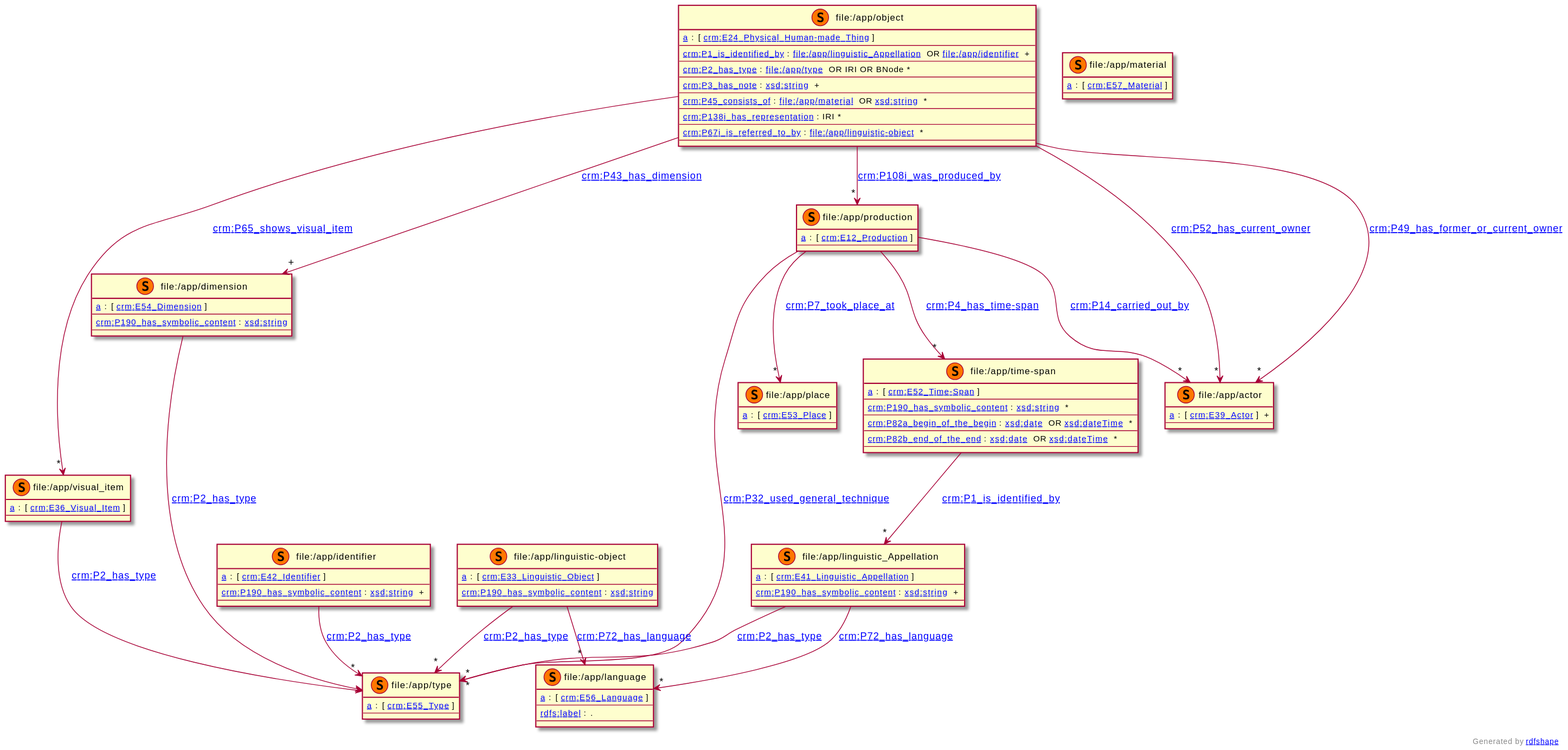
Earlier version of the PlantUML export resource/object_description_ontology.svg (Shoilee/object_provenance_modeling). Source of this version:
```plantuml
@startuml
class "file:/app/type" as 0 <<(S,#FF7700)>> [[file:/app/type file:/app/type]] {
[[http://www.w3.org/1999/02/22-rdf-syntax-ns#type a]] : [ [[http://www.cidoc-crm.org/cidoc-crm/E55_Type crm:E55_Type]] ]
--
}
class "file:/app/dimension" as 5 <<(S,#FF7700)>> [[file:/app/dimension file:/app/dimension]] {
[[http://www.w3.org/1999/02/22-rdf-syntax-ns#type a]] : [ [[http://www.cidoc-crm.org/cidoc-crm/E54_Dimension crm:E54_Dimension]] ]
--
[[http://www.cidoc-crm.org/cidoc-crm/P190_has_symbolic_content crm:P190_has_symbolic_content]] : [[http://www.w3.org/2001/XMLSchema#string xsd:string]]
--
}
class "file:/app/material" as 10 <<(S,#FF7700)>> [[file:/app/material file:/app/material]] {
[[http://www.w3.org/1999/02/22-rdf-syntax-ns#type a]] : [ [[http://www.cidoc-crm.org/cidoc-crm/E57_Material crm:E57_Material]] ]
--
}
class "file:/app/language" as 1 <<(S,#FF7700)>> [[file:/app/language file:/app/language]] {
[[http://www.w3.org/1999/02/22-rdf-syntax-ns#type a]] : [ [[http://www.cidoc-crm.org/cidoc-crm/E56_Language crm:E56_Language]] ]
--
[[http://www.w3.org/2000/01/rdf-schema#label rdfs:label]] : .
--
}
class "file:/app/actor" as 6 <<(S,#FF7700)>> [[file:/app/actor file:/app/actor]] {
[[http://www.w3.org/1999/02/22-rdf-syntax-ns#type a]] : [ [[http://www.cidoc-crm.org/cidoc-crm/E39_Actor crm:E39_Actor]] ] +
--
}
class "file:/app/linguistic-object" as 9 <<(S,#FF7700)>> [[file:/app/linguistic-object file:/app/linguistic-object]] {
[[http://www.w3.org/1999/02/22-rdf-syntax-ns#type a]] : [ [[http://www.cidoc-crm.org/cidoc-crm/E33_Linguistic_Object crm:E33_Linguistic_Object]] ]
--
[[http://www.cidoc-crm.org/cidoc-crm/P190_has_symbolic_content crm:P190_has_symbolic_content]] : [[http://www.w3.org/2001/XMLSchema#string xsd:string]]
--
}
class "file:/app/identifier" as 2 <<(S,#FF7700)>> [[file:/app/identifier file:/app/identifier]] {
[[http://www.w3.org/1999/02/22-rdf-syntax-ns#type a]] : [ [[http://www.cidoc-crm.org/cidoc-crm/E42_Identifier crm:E42_Identifier]] ]
--
[[http://www.cidoc-crm.org/cidoc-crm/P190_has_symbolic_content crm:P190_has_symbolic_content]] : [[http://www.w3.org/2001/XMLSchema#string xsd:string]]  +
--
}
class "file:/app/production" as 12 <<(S,#FF7700)>> [[file:/app/production file:/app/production]] {
[[http://www.w3.org/1999/02/22-rdf-syntax-ns#type a]] : [ [[http://www.cidoc-crm.org/cidoc-crm/E12_Production crm:E12_Production]] ]
--
}
class "file:/app/place" as 7 <<(S,#FF7700)>> [[file:/app/place file:/app/place]] {
[[http://www.w3.org/1999/02/22-rdf-syntax-ns#type a]] : [ [[http://www.cidoc-crm.org/cidoc-crm/E53_Place crm:E53_Place]] ]
--
}
class "file:/app/linguistic_Appellation" as 3 <<(S,#FF7700)>> [[file:/app/linguistic_Appellation file:/app/linguistic_Appellation]] {
[[http://www.w3.org/1999/02/22-rdf-syntax-ns#type a]] : [ [[http://www.cidoc-crm.org/cidoc-crm/E41_Linguistic_Appellation crm:E41_Linguistic_Appellation]] ]
--
[[http://www.cidoc-crm.org/cidoc-crm/P190_has_symbolic_content crm:P190_has_symbolic_content]] : [[http://www.w3.org/2001/XMLSchema#string xsd:string]]  +
--
}
class "file:/app/object" as 11 <<(S,#FF7700)>> [[file:/app/object file:/app/object]] {
[[http://www.w3.org/1999/02/22-rdf-syntax-ns#type a]] : [ [[http://www.cidoc-crm.org/cidoc-crm/E24_Physical_Human-made_Thing crm:E24_Physical_Human-made_Thing]] ]
--
[[http://www.cidoc-crm.org/cidoc-crm/P1_is_identified_by crm:P1_is_identified_by]] : [[file:/app/linguistic_Appellation file:/app/linguistic_Appellation]]  OR [[file:/app/identifier file:/app/identifier]]  +
--
[[http://www.cidoc-crm.org/cidoc-crm/P2_has_type crm:P2_has_type]] : [[file:/app/type file:/app/type]]  OR IRI OR BNode *
--
[[http://www.cidoc-crm.org/cidoc-crm/P3_has_note crm:P3_has_note]] : [[http://www.w3.org/2001/XMLSchema#string xsd:string]]  +
--
[[http://www.cidoc-crm.org/cidoc-crm/P45_consists_of crm:P45_consists_of]] : [[file:/app/material file:/app/material]]  OR [[http://www.w3.org/2001/XMLSchema#string xsd:string]]  *
--
[[http://www.cidoc-crm.org/cidoc-crm/P138i_has_representation crm:P138i_has_representation]] : IRI *
--
[[http://www.cidoc-crm.org/cidoc-crm/P67i_is_referred_to_by crm:P67i_is_referred_to_by]] : [[file:/app/linguistic-object file:/app/linguistic-object]]  *
--
}
class "file:/app/visual_item" as 8 <<(S,#FF7700)>> [[file:/app/visual_item file:/app/visual_item]] {
[[http://www.w3.org/1999/02/22-rdf-syntax-ns#type a]] : [ [[http://www.cidoc-crm.org/cidoc-crm/E36_Visual_Item crm:E36_Visual_Item]] ]
--
}
class "file:/app/time-span" as 4 <<(S,#FF7700)>> [[file:/app/time-span file:/app/time-span]] {
[[http://www.w3.org/1999/02/22-rdf-syntax-ns#type a]] : [ [[http://www.cidoc-crm.org/cidoc-crm/E52_Time-Span crm:E52_Time-Span]] ]
--
[[http://www.cidoc-crm.org/cidoc-crm/P190_has_symbolic_content crm:P190_has_symbolic_content]] : [[http://www.w3.org/2001/XMLSchema#string xsd:string]]  *
--
[[http://www.cidoc-crm.org/cidoc-crm/P82a_begin_of_the_begin crm:P82a_begin_of_the_begin]] : [[http://www.w3.org/2001/XMLSchema#date xsd:date]]  OR [[http://www.w3.org/2001/XMLSchema#dateTime xsd:dateTime]]  *
--
[[http://www.cidoc-crm.org/cidoc-crm/P82b_end_of_the_end crm:P82b_end_of_the_end]] : [[http://www.w3.org/2001/XMLSchema#date xsd:date]]  OR [[http://www.w3.org/2001/XMLSchema#dateTime xsd:dateTime]]  *
--
}
12 --> "*" 6 : [[http://www.cidoc-crm.org/cidoc-crm/P14_carried_out_by crm:P14_carried_out_by]]
12 --> "*" 7 : [[http://www.cidoc-crm.org/cidoc-crm/P7_took_place_at crm:P7_took_place_at]]
12 --> "*" 4 : [[http://www.cidoc-crm.org/cidoc-crm/P4_has_time-span crm:P4_has_time-span]]
12 --> "*" 0 : [[http://www.cidoc-crm.org/cidoc-crm/P32_used_general_technique crm:P32_used_general_technique]]
11 --> "*" 6 : [[http://www.cidoc-crm.org/cidoc-crm/P49_has_former_or_current_owner crm:P49_has_former_or_current_owner]]
11 --> "*" 6 : [[http://www.cidoc-crm.org/cidoc-crm/P52_has_current_owner crm:P52_has_current_owner]]
11 --> "*" 12 : [[http://www.cidoc-crm.org/cidoc-crm/P108i_was_produced_by crm:P108i_was_produced_by]]
11 --> "+" 5 : [[http://www.cidoc-crm.org/cidoc-crm/P43_has_dimension crm:P43_has_dimension]]
11 --> "*" 8 : [[http://www.cidoc-crm.org/cidoc-crm/P65_shows_visual_item crm:P65_shows_visual_item]]
9 --> "*" 0 : [[http://www.cidoc-crm.org/cidoc-crm/P2_has_type crm:P2_has_type]]
9 --> "*" 1 : [[http://www.cidoc-crm.org/cidoc-crm/P72_has_language crm:P72_has_language]]
8 --> " " 0 : [[http://www.cidoc-crm.org/cidoc-crm/P2_has_type crm:P2_has_type]]
5 --> " " 0 : [[http://www.cidoc-crm.org/cidoc-crm/P2_has_type crm:P2_has_type]]
4 --> "*" 3 : [[http://www.cidoc-crm.org/cidoc-crm/P1_is_identified_by crm:P1_is_identified_by]]
3 --> "*" 0 : [[http://www.cidoc-crm.org/cidoc-crm/P2_has_type crm:P2_has_type]]
3 --> "*" 1 : [[http://www.cidoc-crm.org/cidoc-crm/P72_has_language crm:P72_has_language]]
2 --> "*" 0 : [[http://www.cidoc-crm.org/cidoc-crm/P2_has_type crm:P2_has_type]]

right footer Generated by [[https://rdfshape.weso.es rdfshape]]
@enduml
```
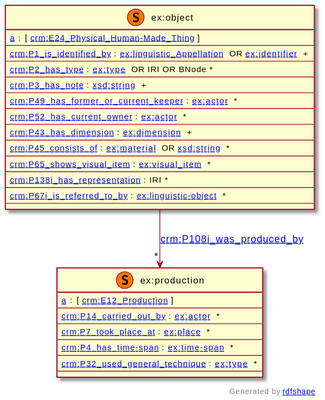
Above is the later version.

Diff of the diagram source:
```diff
@@ -1,101 +1,41 @@
 @startuml
-class "file:/app/type" as 0 <<(S,#FF7700)>> [[file:/app/type file:/app/type]] {
-[[http://www.w3.org/1999/02/22-rdf-syntax-ns#type a]] : [ [[http://www.cidoc-crm.org/cidoc-crm/E55_Type crm:E55_Type]] ]
+class "ex:object" as 0 <<(S,#FF7700)>> [[https://example.comobject ex:object]] {
+[[http://www.w3.org/1999/02/22-rdf-syntax-ns#type a]] : [ [[http://www.cidoc-crm.org/cidoc-crm/E24_Physical_Human-Made_Thing crm:E24_Physical_Human-Made_Thing]] ]
 --
-}
-class "file:/app/dimension" as 5 <<(S,#FF7700)>> [[file:/app/dimension file:/app/dimension]] {
-[[http://www.w3.org/1999/02/22-rdf-syntax-ns#type a]] : [ [[http://www.cidoc-crm.org/cidoc-crm/E54_Dimension crm:E54_Dimension]] ]
+[[http://www.cidoc-crm.org/cidoc-crm/P1_is_identified_by crm:P1_is_identified_by]] : [[https://example.comlinguistic_Appellation ex:linguistic_Appellation]]  OR [[https://example.comidentifier ex:identifier]]  +
 --
-[[http://www.cidoc-crm.org/cidoc-crm/P190_has_symbolic_content crm:P190_has_symbolic_content]] : [[http://www.w3.org/2001/XMLSchema#string xsd:string]]
---
-}
-class "file:/app/material" as 10 <<(S,#FF7700)>> [[file:/app/material file:/app/material]] {
-[[http://www.w3.org/1999/02/22-rdf-syntax-ns#type a]] : [ [[http://www.cidoc-crm.org/cidoc-crm/E57_Material crm:E57_Material]] ]
---
-}
-class "file:/app/language" as 1 <<(S,#FF7700)>> [[file:/app/language file:/app/language]] {
-[[http://www.w3.org/1999/02/22-rdf-syntax-ns#type a]] : [ [[http://www.cidoc-crm.org/cidoc-crm/E56_Language crm:E56_Language]] ]
---
-[[http://www.w3.org/2000/01/rdf-schema#label rdfs:label]] : .
---
-}
-class "file:/app/actor" as 6 <<(S,#FF7700)>> [[file:/app/actor file:/app/actor]] {
-[[http://www.w3.org/1999/02/22-rdf-syntax-ns#type a]] : [ [[http://www.cidoc-crm.org/cidoc-crm/E39_Actor crm:E39_Actor]] ] +
---
-}
-class "file:/app/linguistic-object" as 9 <<(S,#FF7700)>> [[file:/app/linguistic-object file:/app/linguistic-object]] {
-[[http://www.w3.org/1999/02/22-rdf-syntax-ns#type a]] : [ [[http://www.cidoc-crm.org/cidoc-crm/E33_Linguistic_Object crm:E33_Linguistic_Object]] ]
---
-[[http://www.cidoc-crm.org/cidoc-crm/P190_has_symbolic_content crm:P190_has_symbolic_content]] : [[http://www.w3.org/2001/XMLSchema#string xsd:string]]
---
-}
-class "file:/app/identifier" as 2 <<(S,#FF7700)>> [[file:/app/identifier file:/app/identifier]] {
-[[http://www.w3.org/1999/02/22-rdf-syntax-ns#type a]] : [ [[http://www.cidoc-crm.org/cidoc-crm/E42_Identifier crm:E42_Identifier]] ]
---
-[[http://www.cidoc-crm.org/cidoc-crm/P190_has_symbolic_content crm:P190_has_symbolic_content]] : [[http://www.w3.org/2001/XMLSchema#string xsd:string]]  +
---
-}
-class "file:/app/production" as 12 <<(S,#FF7700)>> [[file:/app/production file:/app/production]] {
-[[http://www.w3.org/1999/02/22-rdf-syntax-ns#type a]] : [ [[http://www.cidoc-crm.org/cidoc-crm/E12_Production crm:E12_Production]] ]
---
-}
-class "file:/app/place" as 7 <<(S,#FF7700)>> [[file:/app/place file:/app/place]] {
-[[http://www.w3.org/1999/02/22-rdf-syntax-ns#type a]] : [ [[http://www.cidoc-crm.org/cidoc-crm/E53_Place crm:E53_Place]] ]
---
-}
-class "file:/app/linguistic_Appellation" as 3 <<(S,#FF7700)>> [[file:/app/linguistic_Appellation file:/app/linguistic_Appellation]] {
-[[http://www.w3.org/1999/02/22-rdf-syntax-ns#type a]] : [ [[http://www.cidoc-crm.org/cidoc-crm/E41_Linguistic_Appellation crm:E41_Linguistic_Appellation]] ]
---
-[[http://www.cidoc-crm.org/cidoc-crm/P190_has_symbolic_content crm:P190_has_symbolic_content]] : [[http://www.w3.org/2001/XMLSchema#string xsd:string]]  +
---
-}
-class "file:/app/object" as 11 <<(S,#FF7700)>> [[file:/app/object file:/app/object]] {
-[[http://www.w3.org/1999/02/22-rdf-syntax-ns#type a]] : [ [[http://www.cidoc-crm.org/cidoc-crm/E24_Physical_Human-made_Thing crm:E24_Physical_Human-made_Thing]] ]
---
-[[http://www.cidoc-crm.org/cidoc-crm/P1_is_identified_by crm:P1_is_identified_by]] : [[file:/app/linguistic_Appellation file:/app/linguistic_Appellation]]  OR [[file:/app/identifier file:/app/identifier]]  +
---
-[[http://www.cidoc-crm.org/cidoc-crm/P2_has_type crm:P2_has_type]] : [[file:/app/type file:/app/type]]  OR IRI OR BNode *
+[[http://www.cidoc-crm.org/cidoc-crm/P2_has_type crm:P2_has_type]] : [[https://example.comtype ex:type]]  OR IRI OR BNode *
 --
 [[http://www.cidoc-crm.org/cidoc-crm/P3_has_note crm:P3_has_note]] : [[http://www.w3.org/2001/XMLSchema#string xsd:string]]  +
 --
-[[http://www.cidoc-crm.org/cidoc-crm/P45_consists_of crm:P45_consists_of]] : [[file:/app/material file:/app/material]]  OR [[http://www.w3.org/2001/XMLSchema#string xsd:string]]  *
+[[http://www.cidoc-crm.org/cidoc-crm/P49_has_former_or_current_keeper crm:P49_has_former_or_current_keeper]] : [[https://example.comactor ex:actor]]  *
+--
+[[http://www.cidoc-crm.org/cidoc-crm/P52_has_current_owner crm:P52_has_current_owner]] : [[https://example.comactor ex:actor]]  *
+--
+[[http://www.cidoc-crm.org/cidoc-crm/P43_has_dimension crm:P43_has_dimension]] : [[https://example.comdimension ex:dimension]]  +
+--
+[[http://www.cidoc-crm.org/cidoc-crm/P45_consists_of crm:P45_consists_of]] : [[https://example.commaterial ex:material]]  OR [[http://www.w3.org/2001/XMLSchema#string xsd:string]]  *
+--
+[[http://www.cidoc-crm.org/cidoc-crm/P65_shows_visual_item crm:P65_shows_visual_item]] : [[https://example.comvisual_item ex:visual_item]]  *
 --
 [[http://www.cidoc-crm.org/cidoc-crm/P138i_has_representation crm:P138i_has_representation]] : IRI *
 --
-[[http://www.cidoc-crm.org/cidoc-crm/P67i_is_referred_to_by crm:P67i_is_referred_to_by]] : [[file:/app/linguistic-object file:/app/linguistic-object]]  *
+[[http://www.cidoc-crm.org/cidoc-crm/P67i_is_referred_to_by crm:P67i_is_referred_to_by]] : [[https://example.comlinguistic-object ex:linguistic-object]]  *
 --
 }
-class "file:/app/visual_item" as 8 <<(S,#FF7700)>> [[file:/app/visual_item file:/app/visual_item]] {
-[[http://www.w3.org/1999/02/22-rdf-syntax-ns#type a]] : [ [[http://www.cidoc-crm.org/cidoc-crm/E36_Visual_Item crm:E36_Visual_Item]] ]
+class "ex:production" as 1 <<(S,#FF7700)>> [[https://example.comproduction ex:production]] {
+[[http://www.w3.org/1999/02/22-rdf-syntax-ns#type a]] : [ [[http://www.cidoc-crm.org/cidoc-crm/E12_Production crm:E12_Production]] ]
+--
+[[http://www.cidoc-crm.org/cidoc-crm/P14_carried_out_by crm:P14_carried_out_by]] : [[https://example.comactor ex:actor]]  *
+--
+[[http://www.cidoc-crm.org/cidoc-crm/P7_took_place_at crm:P7_took_place_at]] : [[https://example.complace ex:place]]  *
+--
+[[http://www.cidoc-crm.org/cidoc-crm/P4_has_time-span crm:P4_has_time-span]] : [[https://example.comtime-span ex:time-span]]  *
+--
+[[http://www.cidoc-crm.org/cidoc-crm/P32_used_general_technique crm:P32_used_general_technique]] : [[https://example.comtype ex:type]]  *
 --
 }
-class "file:/app/time-span" as 4 <<(S,#FF7700)>> [[file:/app/time-span file:/app/time-span]] {
-[[http://www.w3.org/1999/02/22-rdf-syntax-ns#type a]] : [ [[http://www.cidoc-crm.org/cidoc-crm/E52_Time-Span crm:E52_Time-Span]] ]
---
-[[http://www.cidoc-crm.org/cidoc-crm/P190_has_symbolic_content crm:P190_has_symbolic_content]] : [[http://www.w3.org/2001/XMLSchema#string xsd:string]]  *
---
-[[http://www.cidoc-crm.org/cidoc-crm/P82a_begin_of_the_begin crm:P82a_begin_of_the_begin]] : [[http://www.w3.org/2001/XMLSchema#date xsd:date]]  OR [[http://www.w3.org/2001/XMLSchema#dateTime xsd:dateTime]]  *
---
-[[http://www.cidoc-crm.org/cidoc-crm/P82b_end_of_the_end crm:P82b_end_of_the_end]] : [[http://www.w3.org/2001/XMLSchema#date xsd:date]]  OR [[http://www.w3.org/2001/XMLSchema#dateTime xsd:dateTime]]  *
---
-}
-12 --> "*" 6 : [[http://www.cidoc-crm.org/cidoc-crm/P14_carried_out_by crm:P14_carried_out_by]]
-12 --> "*" 7 : [[http://www.cidoc-crm.org/cidoc-crm/P7_took_place_at crm:P7_took_place_at]]
-12 --> "*" 4 : [[http://www.cidoc-crm.org/cidoc-crm/P4_has_time-span crm:P4_has_time-span]]
-12 --> "*" 0 : [[http://www.cidoc-crm.org/cidoc-crm/P32_used_general_technique crm:P32_used_general_technique]]
-11 --> "*" 6 : [[http://www.cidoc-crm.org/cidoc-crm/P49_has_former_or_current_owner crm:P49_has_former_or_current_owner]]
-11 --> "*" 6 : [[http://www.cidoc-crm.org/cidoc-crm/P52_has_current_owner crm:P52_has_current_owner]]
-11 --> "*" 12 : [[http://www.cidoc-crm.org/cidoc-crm/P108i_was_produced_by crm:P108i_was_produced_by]]
-11 --> "+" 5 : [[http://www.cidoc-crm.org/cidoc-crm/P43_has_dimension crm:P43_has_dimension]]
-11 --> "*" 8 : [[http://www.cidoc-crm.org/cidoc-crm/P65_shows_visual_item crm:P65_shows_visual_item]]
-9 --> "*" 0 : [[http://www.cidoc-crm.org/cidoc-crm/P2_has_type crm:P2_has_type]]
-9 --> "*" 1 : [[http://www.cidoc-crm.org/cidoc-crm/P72_has_language crm:P72_has_language]]
-8 --> " " 0 : [[http://www.cidoc-crm.org/cidoc-crm/P2_has_type crm:P2_has_type]]
-5 --> " " 0 : [[http://www.cidoc-crm.org/cidoc-crm/P2_has_type crm:P2_has_type]]
-4 --> "*" 3 : [[http://www.cidoc-crm.org/cidoc-crm/P1_is_identified_by crm:P1_is_identified_by]]
-3 --> "*" 0 : [[http://www.cidoc-crm.org/cidoc-crm/P2_has_type crm:P2_has_type]]
-3 --> "*" 1 : [[http://www.cidoc-crm.org/cidoc-crm/P72_has_language crm:P72_has_language]]
-2 --> "*" 0 : [[http://www.cidoc-crm.org/cidoc-crm/P2_has_type crm:P2_has_type]]
+0 --> "*" 1 : [[http://www.cidoc-crm.org/cidoc-crm/P108i_was_produced_by crm:P108i_was_produced_by]]
 
 right footer Generated by [[https://rdfshape.weso.es rdfshape]]
 @enduml
```
